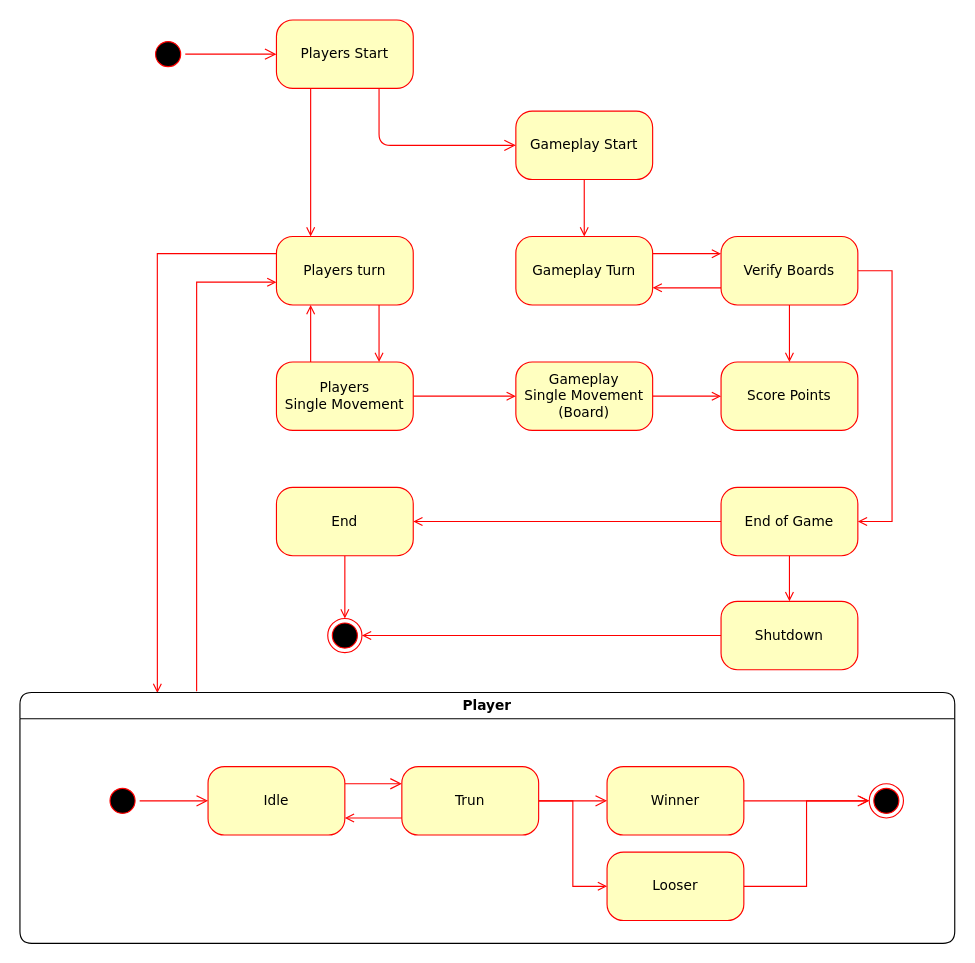
The draw.io diagram page "State Diagram" (4 of 7) of TicTacToeX_Diagrams.drawio in rafaelxl83/TicTacToeX, before the edit. Source tidied: cells renumbered, new cells numbered last; positions are measured from the earlier drawing's top-left corner, leaving out a move shared by most shapes. Both pictures are drawn from the tidied source at 114%, with x=0, y=0 at pixel (19, 19).
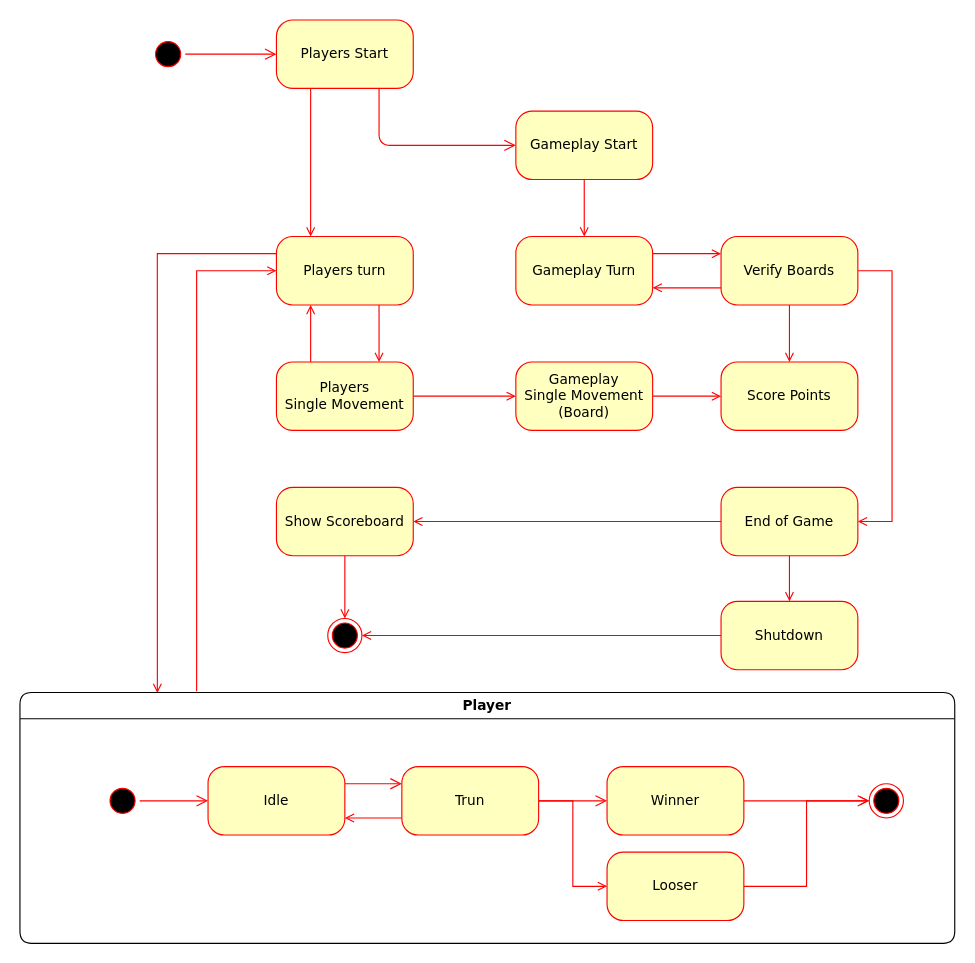
After the change.

The change refers to these unchanged cells:
```xml
<mxCell id="5" value="Players turn" style="rounded=1;whiteSpace=wrap;html=1;arcSize=24;fillColor=#ffffc0;strokeColor=#ff0000;shadow=0;comic=0;labelBackgroundColor=none;fontFamily=Verdana;fontSize=12;fontColor=#000000;align=center;" parent="1" vertex="1">
  <mxGeometry x="225" y="190" width="120" height="60" as="geometry" />
</mxCell>
<mxCell id="16" value="Player" style="swimlane;whiteSpace=wrap;html=1;rounded=1;shadow=0;comic=0;labelBackgroundColor=none;strokeWidth=1;fontFamily=Verdana;fontSize=12;align=center;" parent="1" vertex="1">
  <mxGeometry y="590" width="820" height="220" as="geometry" />
</mxCell>
```

What changed in the source:
```diff
@@
-    <mxCell id="15" style="edgeStyle=orthogonalEdgeStyle;rounded=0;jettySize=auto;html=1;exitX=0.189;exitY=-0.005;exitDx=0;exitDy=0;endArrow=open;endFill=0;startSize=6;strokeColor=#FF0000;strokeWidth=1;exitPerimeter=0;" parent="1" edge="1" source="16">
+    <mxCell id="15" style="edgeStyle=orthogonalEdgeStyle;rounded=0;jettySize=auto;html=1;exitX=0.189;exitY=-0.005;exitDx=0;exitDy=0;endArrow=open;endFill=0;startSize=6;strokeColor=#FF0000;strokeWidth=1;exitPerimeter=0;entryX=0;entryY=0.5;entryDx=0;entryDy=0;" parent="1" edge="1" source="16" target="5">
       <mxGeometry relative="1" as="geometry">
-        <mxPoint x="225" y="230" as="targetPoint" />
         <Array as="points">
-          <mxPoint x="155" y="230" />
-          <mxPoint x="225" y="230" />
+          <mxPoint x="155" y="220" />
         </Array>
       </mxGeometry>
     </mxCell>
@@
-    <mxCell id="43" value="End" style="rounded=1;whiteSpace=wrap;html=1;arcSize=24;fillColor=#ffffc0;strokeColor=#ff0000;shadow=0;comic=0;labelBackgroundColor=none;fontFamily=Verdana;fontSize=12;fontColor=#000000;align=center;" parent="1" vertex="1">
+    <mxCell id="43" value="Show Scoreboard" style="rounded=1;whiteSpace=wrap;html=1;arcSize=24;fillColor=#ffffc0;strokeColor=#ff0000;shadow=0;comic=0;labelBackgroundColor=none;fontFamily=Verdana;fontSize=12;fontColor=#000000;align=center;" parent="1" vertex="1">
       <mxGeometry x="225" y="410" width="120" height="60" as="geometry" />
     </mxCell>
```
